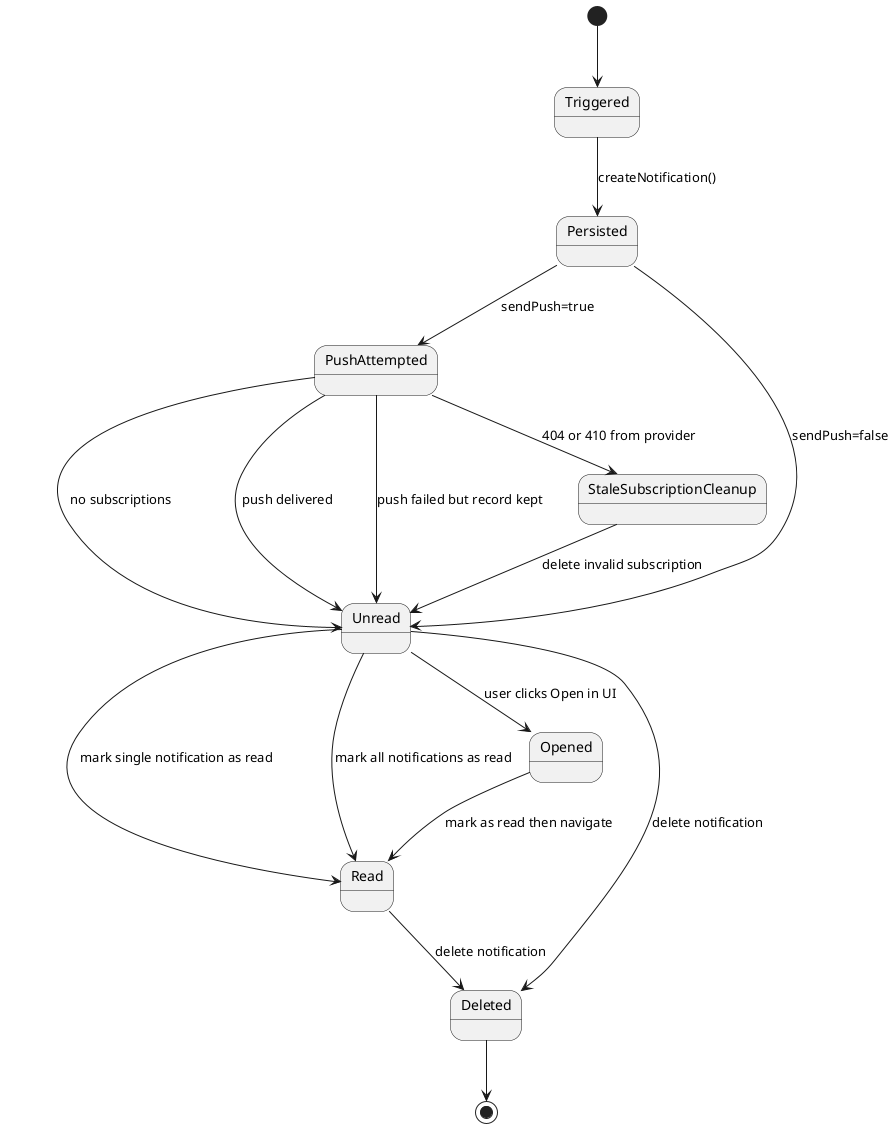
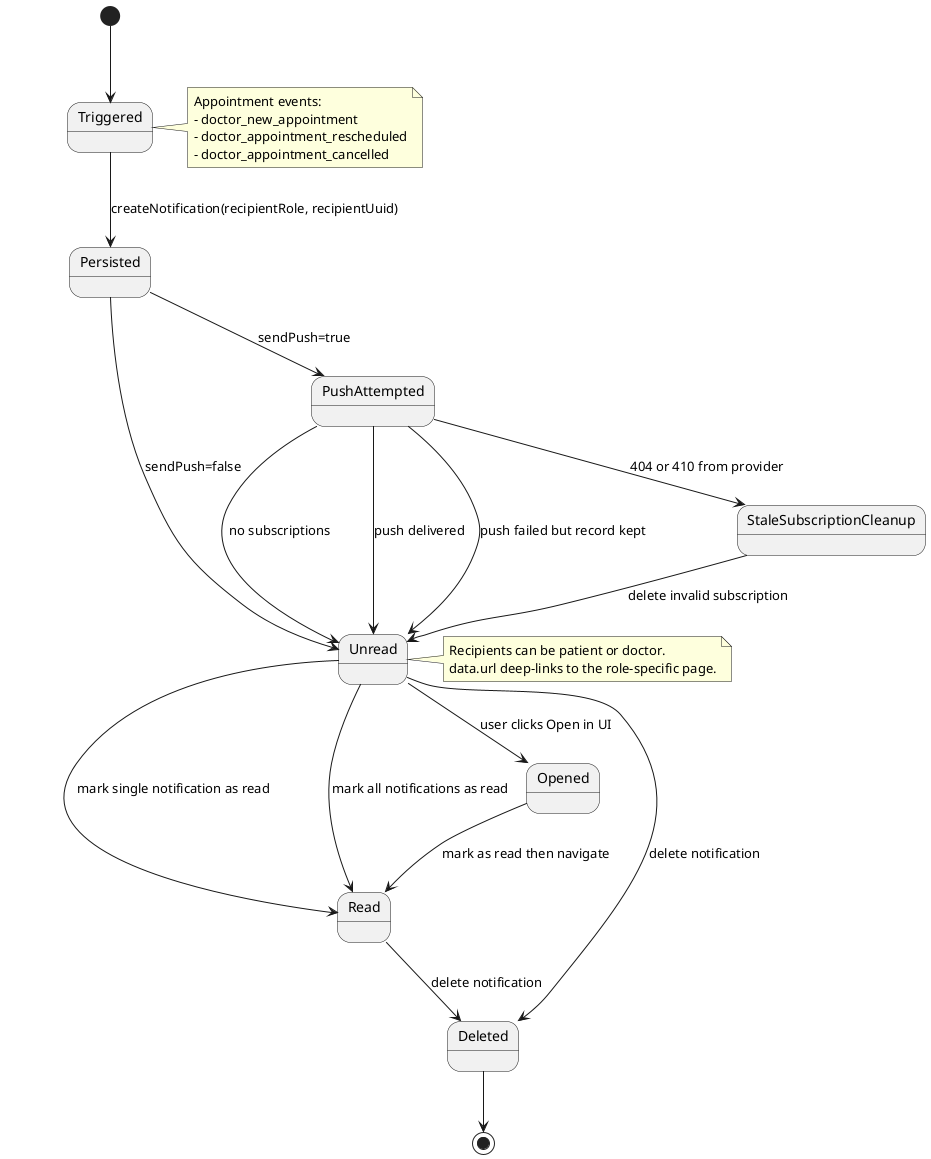
@startuml
[*] --> Triggered
- Triggered --> Persisted : createNotification()
+ Triggered --> Persisted : createNotification(recipientRole, recipientUuid)

Persisted --> PushAttempted : sendPush=true
Persisted --> Unread : sendPush=false

PushAttempted --> Unread : no subscriptions
PushAttempted --> Unread : push delivered
PushAttempted --> Unread : push failed but record kept
PushAttempted --> StaleSubscriptionCleanup : 404 or 410 from provider
StaleSubscriptionCleanup --> Unread : delete invalid subscription

Unread --> Read : mark single notification as read
Unread --> Read : mark all notifications as read
Unread --> Opened : user clicks Open in UI
Opened --> Read : mark as read then navigate
Read --> Deleted : delete notification
Unread --> Deleted : delete notification
Deleted --> [*]

+ note right of Triggered
+ 	Appointment events:
+ 	- doctor_new_appointment
+ 	- doctor_appointment_rescheduled
+ 	- doctor_appointment_cancelled
+ end note
+ 
+ note right of Unread
+ 	Recipients can be patient or doctor.
+ 	data.url deep-links to the role-specific page.
+ end note
+ 
@enduml